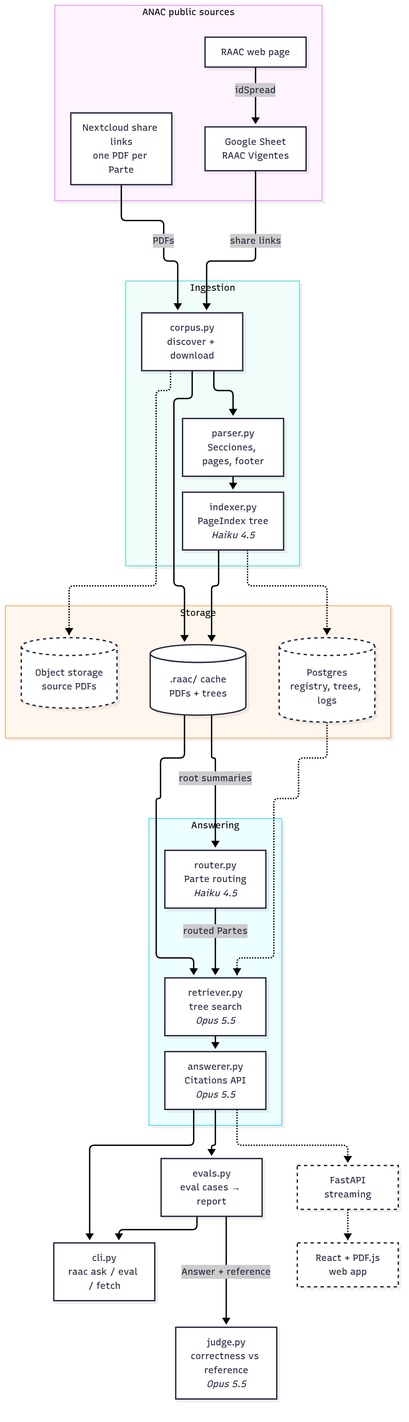
Before: docs/diagrams/architecture.png, a diagram exported from Mermaid (Guernik/raac-rag). Its source is kept beside it as docs/diagrams/architecture.mmd.
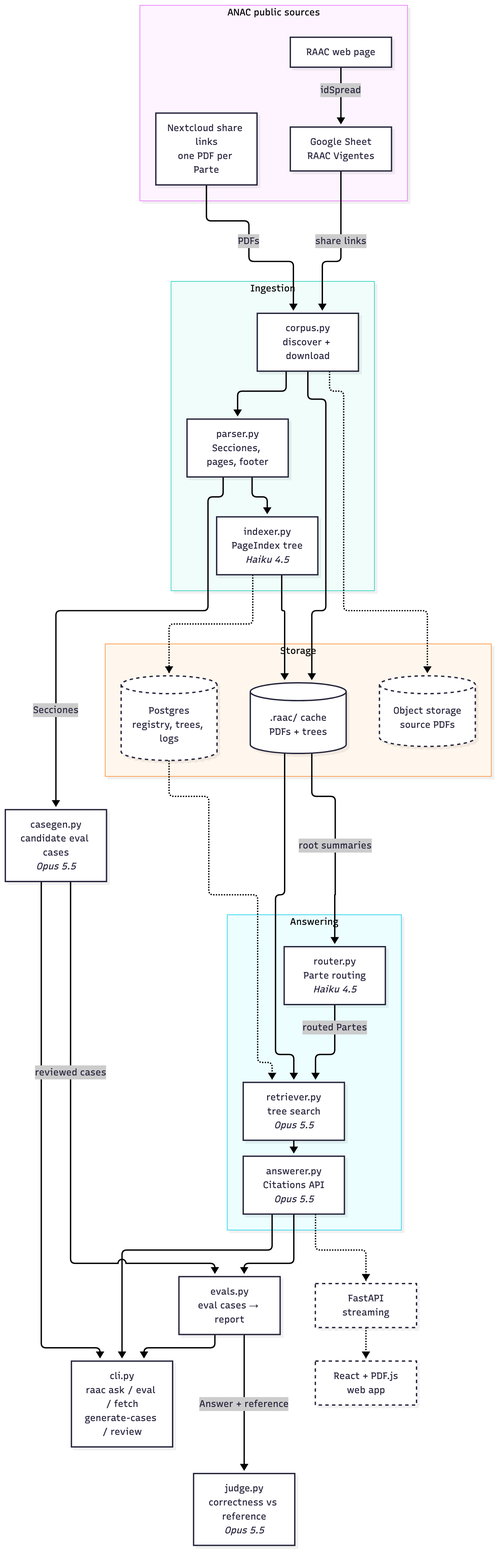
Later version of the same file.

Commit message:
feat: generated eval cases with a fast review flow (#49)

Change to the diagram source:
```diff
@@ -25,8 +25,9 @@
 
     evals["evals.py<br/>eval cases → report"]
     judge["judge.py<br/>correctness vs reference<br/><i>Opus 5.5</i>"]
+    casegen["casegen.py<br/>candidate eval cases<br/><i>Opus 5.5</i>"]
 
-    cli["cli.py<br/>raac ask / eval / fetch"]
+    cli["cli.py<br/>raac ask / eval / fetch<br/>generate-cases / review"]
     api["FastAPI<br/>streaming"]
     web["React + PDF.js<br/>web app"]
 
@@ -46,6 +47,9 @@
     answerer --> cli
     answerer --> evals --> cli
     evals -- Answer + reference --> judge
+    parser -- Secciones --> casegen
+    casegen -- reviewed cases --> evals
+    casegen --> cli
     answerer -.-> api -.-> web
 
     classDef planned stroke-dasharray: 5 5
```
